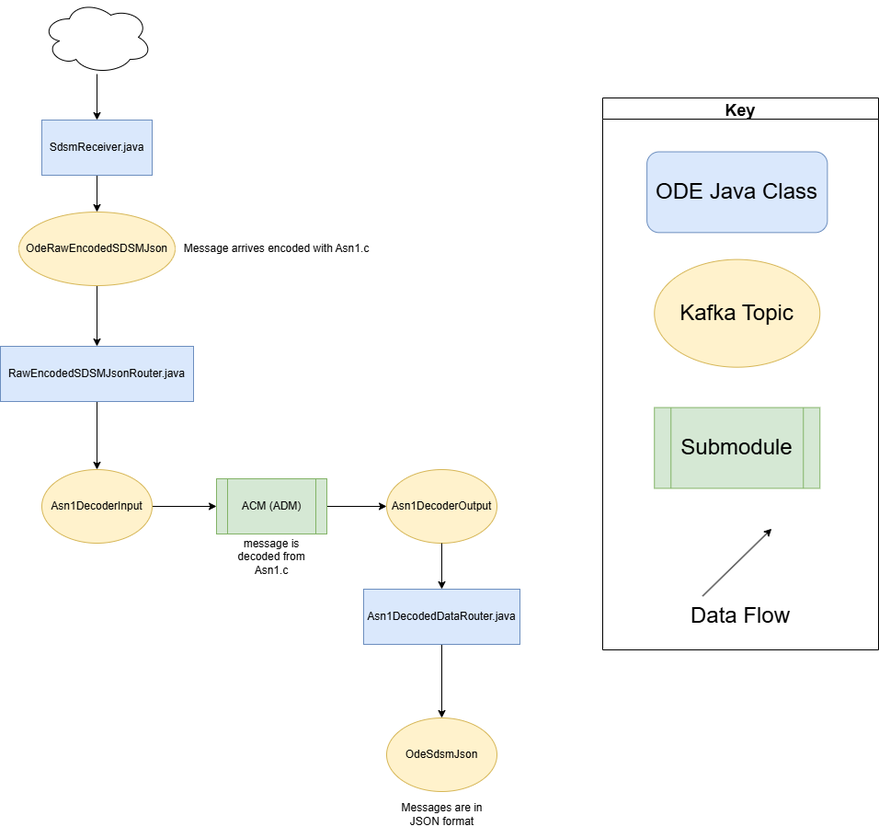
usdot-jpo-ode/jpo-ode keeps this draw.io diagram as docs/data-flow-diagrams/sdsm/SDSM Data Flow.drawio.png. Above is the earlier version. Source tidied: cells renumbered, new cells last; positions are measured from the earlier drawing's top-left corner, leaving out a move shared by most shapes.
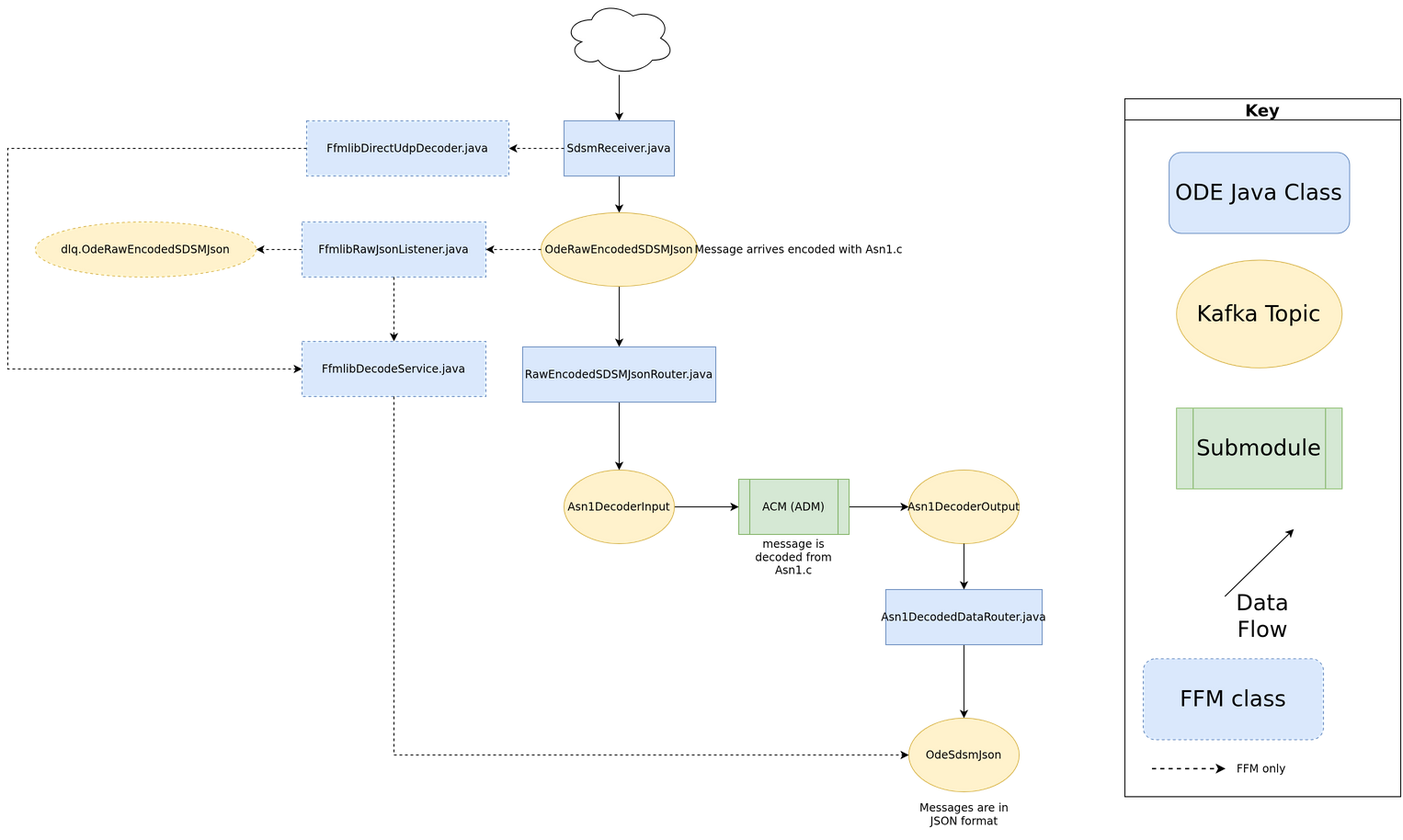
Later version of the same file.

Commit message:
Enhance documentation for data flow diagrams and codec modes

What changed in the source:
```diff
@@ -51,13 +51,13 @@
       <mxGeometry x="45" width="120" height="80" as="geometry" />
     </mxCell>
     <mxCell id="18" style="group;" parent="1" vertex="1">
-      <mxGeometry x="655" y="106" width="300" height="600" as="geometry" />
+      <mxGeometry x="655" y="106" width="300" height="759.4" as="geometry" />
     </mxCell>
     <mxCell id="19" value="&lt;font style=&quot;font-size: 24px&quot;&gt;Submodule&lt;/font&gt;" style="shape=process;whiteSpace=wrap;html=1;backgroundOutline=1;fillColor=#d5e8d4;strokeColor=#82b366;labelBackgroundColor=none;" parent="18" vertex="1">
       <mxGeometry x="56.2" y="336.6" width="180" height="87.8" as="geometry" />
     </mxCell>
     <mxCell id="20" value="Key" style="swimlane;labelBackgroundColor=none;fontSize=18;" parent="18" vertex="1">
-      <mxGeometry width="300" height="600" as="geometry" />
+      <mxGeometry width="300" height="759.4" as="geometry" />
     </mxCell>
     <mxCell id="21" value="&lt;font style=&quot;font-size: 24px&quot;&gt;Data Flow&lt;/font&gt;" style="text;html=1;strokeColor=none;fillColor=none;align=center;verticalAlign=middle;whiteSpace=wrap;rounded=0;labelBackgroundColor=none;" parent="20" vertex="1">
       <mxGeometry x="90" y="541.5" width="120" height="43.9" as="geometry" />
@@ -86,5 +86,56 @@
     <mxCell id="28" value="Messages are in JSON format" style="text;html=1;strokeColor=none;fillColor=none;align=center;verticalAlign=middle;whiteSpace=wrap;rounded=0;" parent="1" vertex="1">
       <mxGeometry x="427.5" y="860" width="105" height="50" as="geometry" />
     </mxCell>
+    <mxCell id="29" value="FfmlibDirectUdpDecoder.java" style="rounded=0;whiteSpace=wrap;html=1;fillColor=#dae8fc;strokeColor=#6c8ebf;dashed=1;" parent="1" vertex="1">
+      <mxGeometry x="-235" y="130" width="220" height="60" as="geometry" />
+    </mxCell>
+    <mxCell id="30" value="FfmlibRawJsonListener.java" style="rounded=0;whiteSpace=wrap;html=1;fillColor=#dae8fc;strokeColor=#6c8ebf;dashed=1;" parent="1" vertex="1">
+      <mxGeometry x="-240" y="240" width="200" height="60" as="geometry" />
+    </mxCell>
+    <mxCell id="31" value="dlq.OdeRawEncodedSDSMJson" style="ellipse;whiteSpace=wrap;html=1;fillColor=#fff2cc;strokeColor=#d6b656;dashed=1;" parent="1" vertex="1">
+      <mxGeometry x="-530" y="240" width="240" height="60" as="geometry" />
+    </mxCell>
+    <mxCell id="32" value="FfmlibDecodeService.java" style="rounded=0;whiteSpace=wrap;html=1;fillColor=#dae8fc;strokeColor=#6c8ebf;dashed=1;" parent="1" vertex="1">
+      <mxGeometry x="-240" y="370" width="200" height="60" as="geometry" />
+    </mxCell>
+    <mxCell id="33" value="FFM class" style="rounded=1;whiteSpace=wrap;html=1;fillColor=#dae8fc;strokeColor=#6c8ebf;dashed=1;fontSize=24;" parent="20" vertex="1">
+      <mxGeometry x="20" y="609.4" width="196" height="88" as="geometry" />
+    </mxCell>
+    <mxCell id="34" style="endArrow=classic;html=1;rounded=0;dashed=1;strokeWidth=1.5;" parent="20" edge="1">
+      <mxGeometry relative="1" as="geometry">
+        <mxPoint x="30" y="729.4" as="sourcePoint" />
+        <mxPoint x="110" y="729.4" as="targetPoint" />
+      </mxGeometry>
+    </mxCell>
+    <mxCell id="35" value="FFM only" style="text;html=1;strokeColor=none;fillColor=none;align=left;verticalAlign=middle;whiteSpace=wrap;rounded=0;fontSize=12;" parent="20" vertex="1">
+      <mxGeometry x="120" y="719.4" width="170" height="20" as="geometry" />
+    </mxCell>
+    <mxCell id="36" style="edgeStyle=orthogonalEdgeStyle;rounded=0;jettySize=auto;html=1;dashed=1;" parent="1" edge="1" source="11" target="29">
+      <mxGeometry relative="1" as="geometry" />
+    </mxCell>
+    <mxCell id="37" style="edgeStyle=orthogonalEdgeStyle;rounded=0;jettySize=auto;html=1;dashed=1;" parent="1" edge="1" source="12" target="30">
+      <mxGeometry relative="1" as="geometry" />
+    </mxCell>
+    <mxCell id="38" style="edgeStyle=orthogonalEdgeStyle;rounded=0;jettySize=auto;html=1;dashed=1;" parent="1" edge="1" source="30" target="31">
+      <mxGeometry relative="1" as="geometry" />
+    </mxCell>
+    <mxCell id="39" style="edgeStyle=orthogonalEdgeStyle;rounded=0;jettySize=auto;html=1;dashed=1;" parent="1" edge="1" source="30" target="32">
+      <mxGeometry relative="1" as="geometry" />
+    </mxCell>
+    <mxCell id="40" style="edgeStyle=orthogonalEdgeStyle;rounded=0;jettySize=auto;html=1;dashed=1;" parent="1" edge="1" source="29" target="32">
+      <mxGeometry relative="1" as="geometry">
+        <Array as="points">
+          <mxPoint x="-560" y="160" />
+          <mxPoint x="-560" y="400" />
+        </Array>
+      </mxGeometry>
+    </mxCell>
+    <mxCell id="41" style="edgeStyle=orthogonalEdgeStyle;rounded=0;jettySize=auto;html=1;dashed=1;" parent="1" edge="1" source="32" target="25">
+      <mxGeometry relative="1" as="geometry">
+        <Array as="points">
+          <mxPoint x="-140" y="820" />
+        </Array>
+      </mxGeometry>
+    </mxCell>
   </root>
 </mxGraphModel>
```
